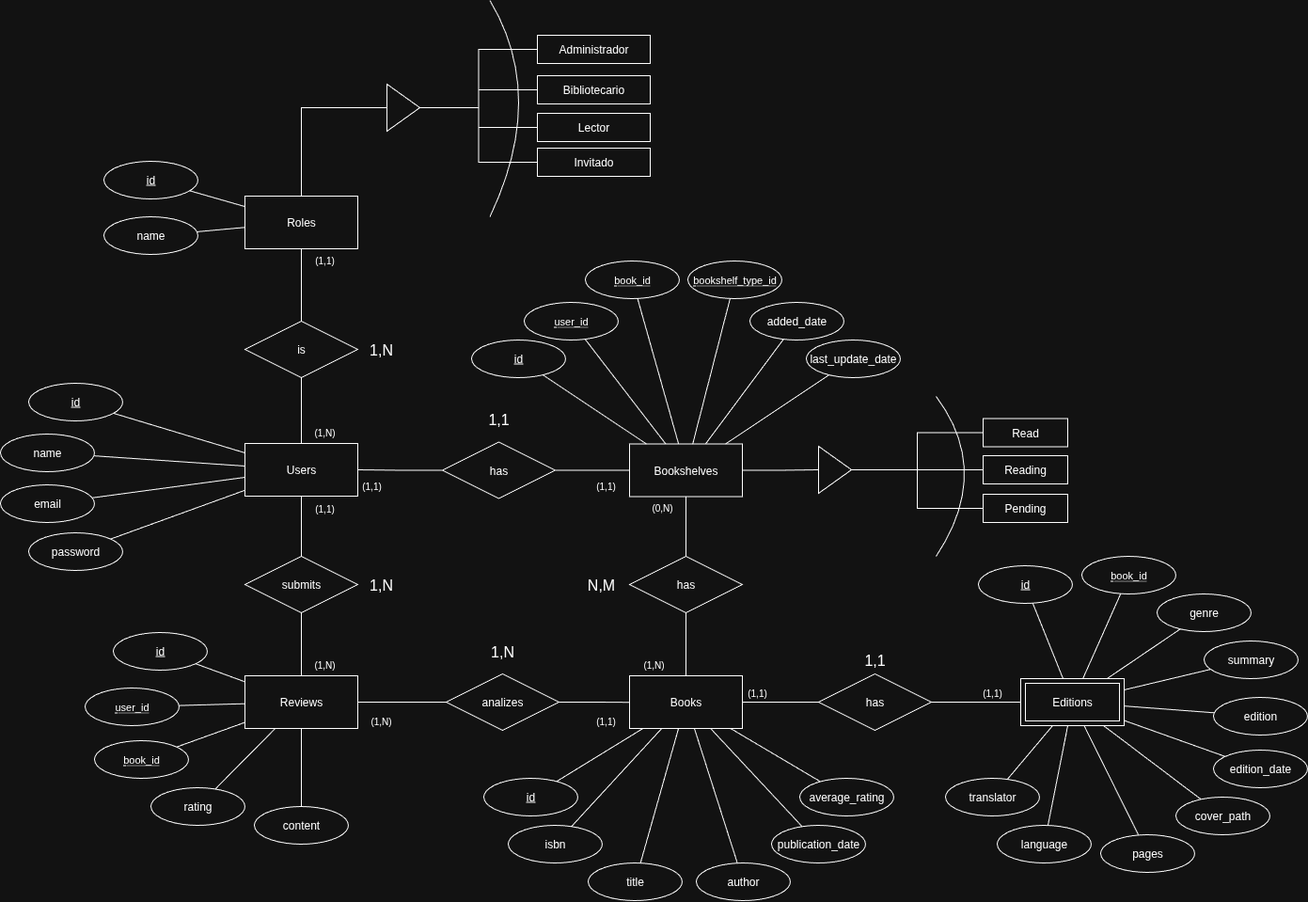
The draw.io diagram documentacion/diagramas/diagrama-er-bookbag.png in moronosoutotomas/proyecto-final-daw, before a commit. Source tidied: cells renumbered, new cells last; positions are measured from the earlier drawing's top-left corner, leaving out a move shared by most shapes.
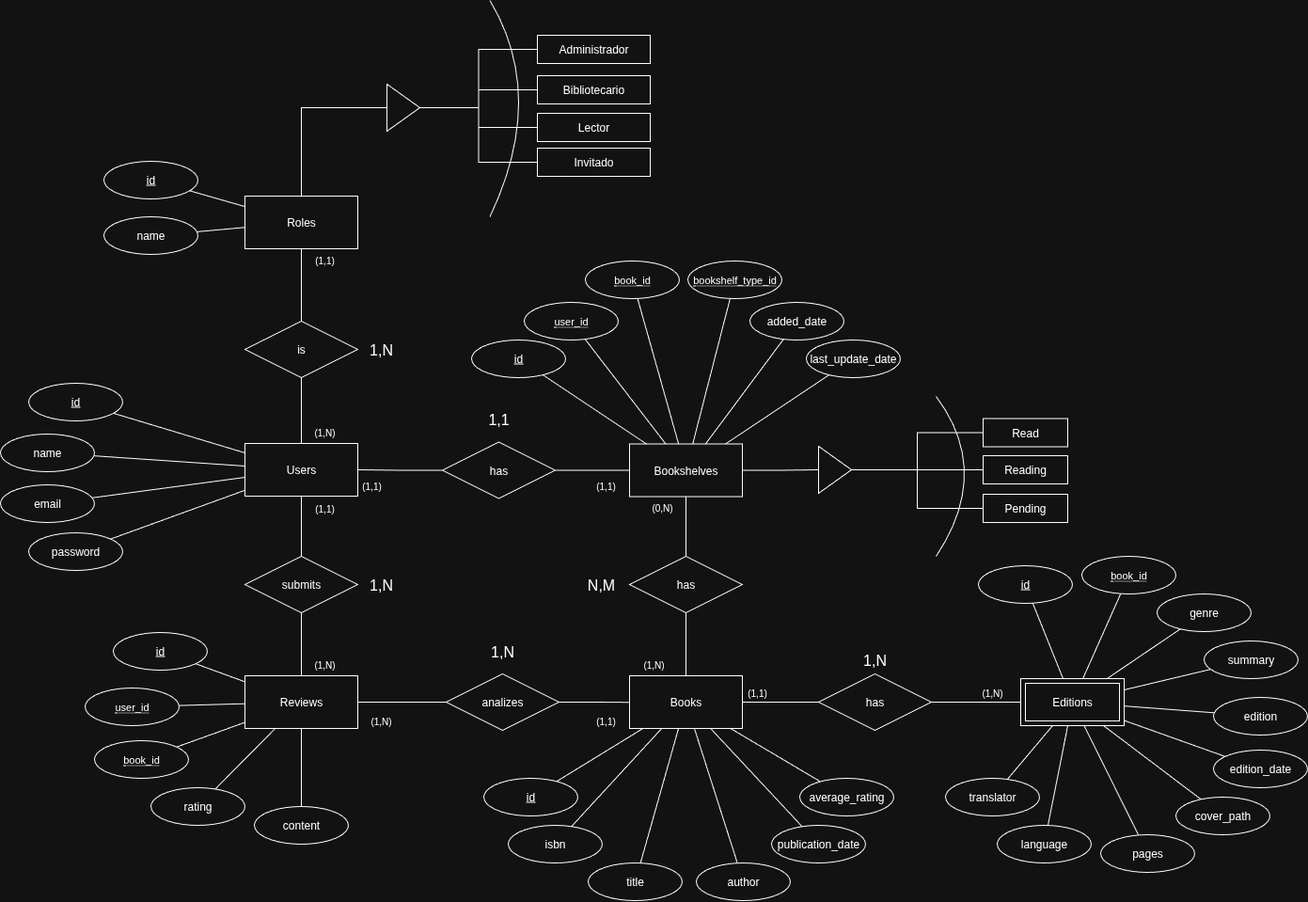
The same file after the commit.

Change to the diagram source:
```diff
@@ -89,7 +89,7 @@
     <mxCell id="28" value="(1,1)" style="text;html=1;align=center;verticalAlign=middle;whiteSpace=wrap;rounded=0;fontSize=10;" parent="1" vertex="1">
       <mxGeometry x="775" y="721" width="60" height="30" as="geometry" />
     </mxCell>
-    <mxCell id="29" value="(1,1)" style="text;html=1;align=center;verticalAlign=middle;whiteSpace=wrap;rounded=0;fontSize=10;" parent="1" vertex="1">
+    <mxCell id="29" value="(1,N)" style="text;html=1;align=center;verticalAlign=middle;whiteSpace=wrap;rounded=0;fontSize=10;" parent="1" vertex="1">
       <mxGeometry x="1025" y="721" width="60" height="30" as="geometry" />
     </mxCell>
     <mxCell id="30" value="&lt;font&gt;1,N&lt;/font&gt;" style="text;html=1;align=center;verticalAlign=middle;whiteSpace=wrap;rounded=0;fontSize=16;" parent="1" vertex="1">
@@ -107,7 +107,7 @@
     <mxCell id="34" value="&lt;font&gt;N,M&lt;/font&gt;" style="text;html=1;align=center;verticalAlign=middle;whiteSpace=wrap;rounded=0;fontSize=16;" parent="1" vertex="1">
       <mxGeometry x="609" y="606" width="60" height="30" as="geometry" />
     </mxCell>
-    <mxCell id="35" value="&lt;font&gt;1,1&lt;/font&gt;" style="text;html=1;align=center;verticalAlign=middle;whiteSpace=wrap;rounded=0;fontSize=16;" parent="1" vertex="1">
+    <mxCell id="35" value="&lt;font&gt;1,N&lt;/font&gt;" style="text;html=1;align=center;verticalAlign=middle;whiteSpace=wrap;rounded=0;fontSize=16;" parent="1" vertex="1">
       <mxGeometry x="900" y="686" width="60" height="30" as="geometry" />
     </mxCell>
     <mxCell id="36" value="Editions" style="shape=ext;margin=3;double=1;whiteSpace=wrap;html=1;align=center;" parent="1" vertex="1">
```
